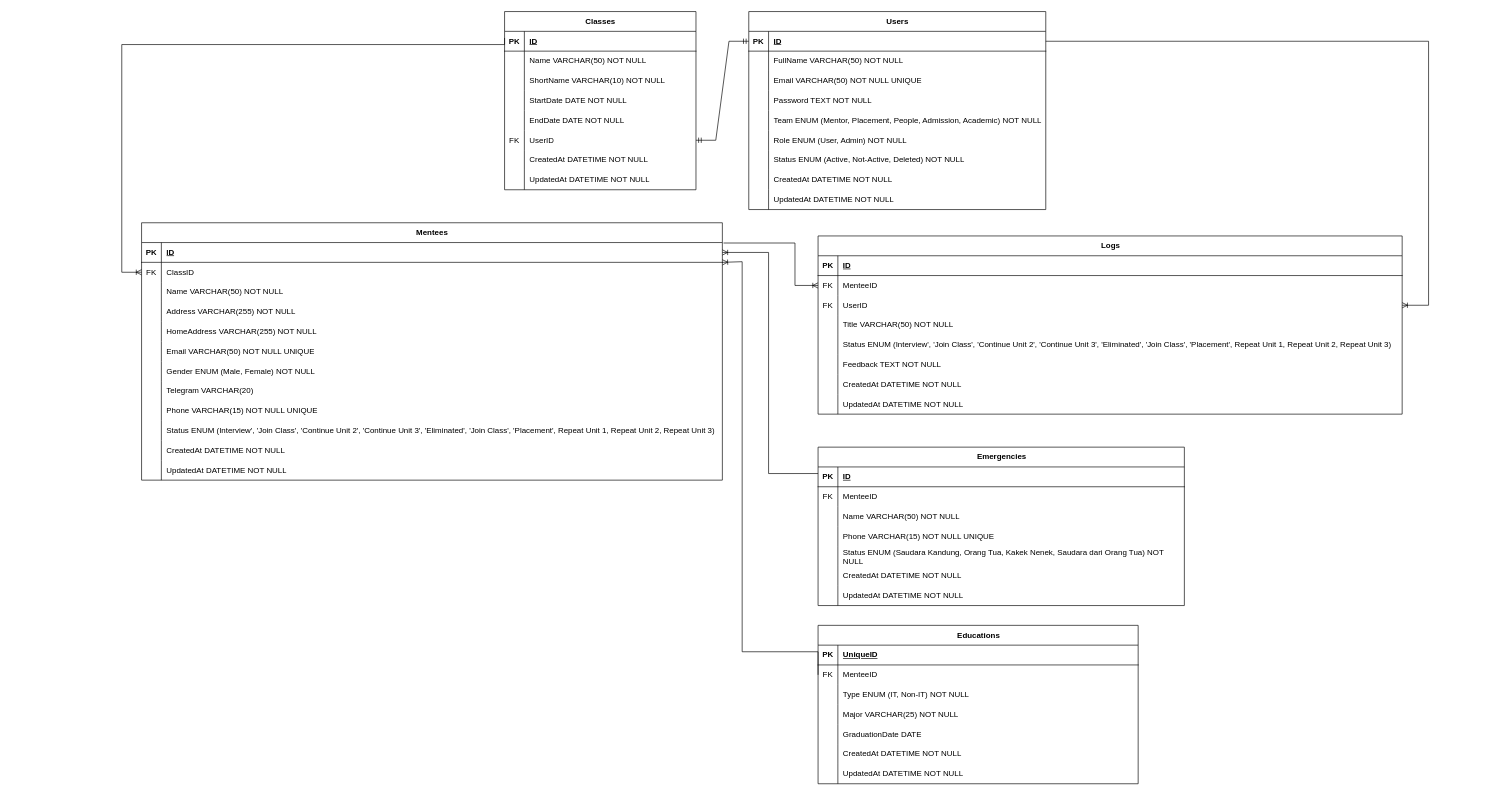
Earlier version of the draw.io diagram Immersive-dashboard-ERD.drawio.xml (Velocyes/ALTA-Dashboard-BE). Source tidied: cells renumbered, new cells numbered last; positions are measured from the earlier drawing's top-left corner, leaving out a move shared by most shapes. Both pictures are drawn from the tidied source at 66%, with x=0, y=0 at pixel (121, 11).
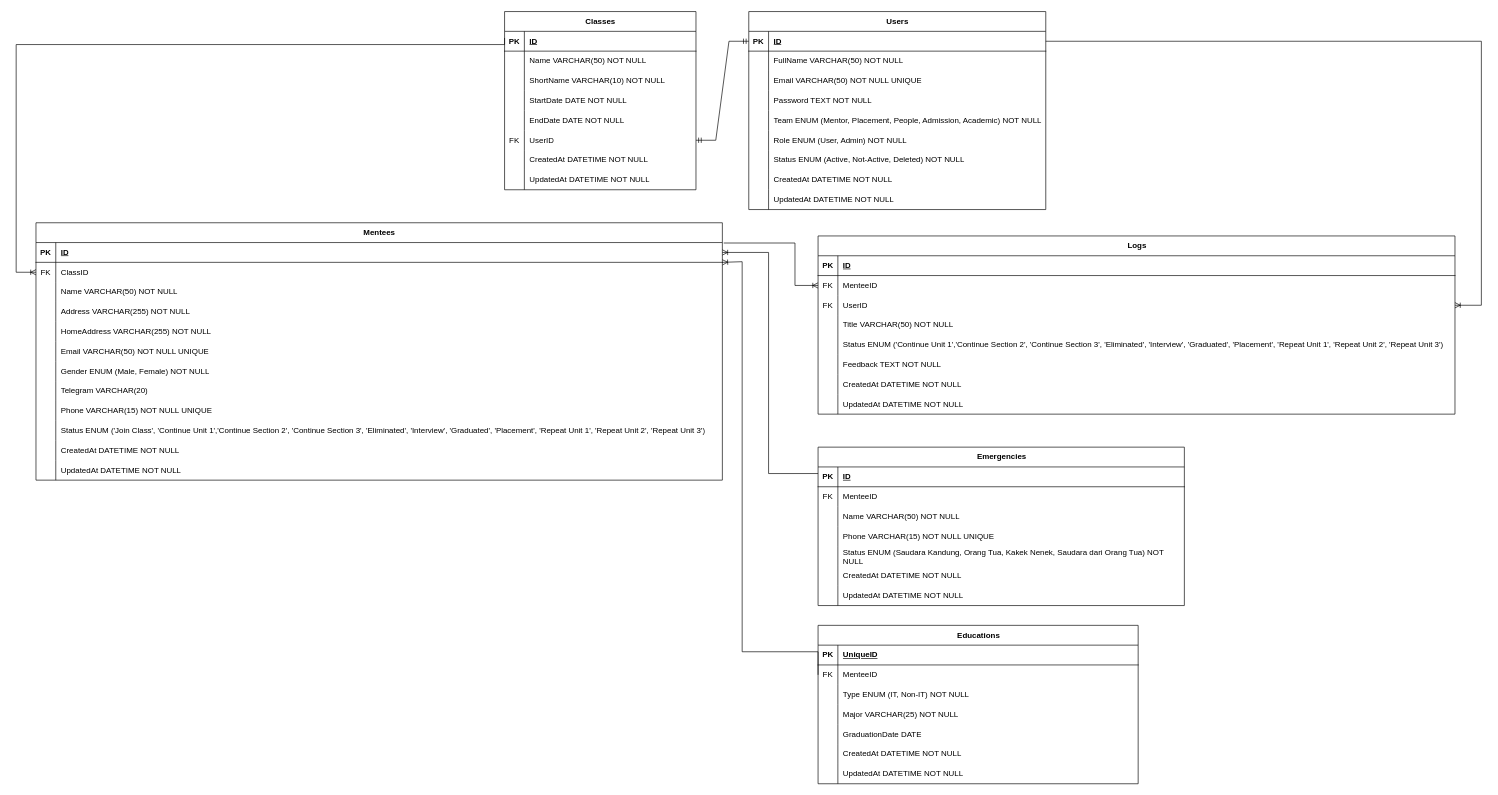
After the change.

Commit message (it also covers changes not shown here):
Update ERD (Enum models)

Unchanged cells that the change refers to:
```xml
<mxCell id="3" style="shape=tableRow;horizontal=0;startSize=0;swimlaneHead=0;swimlaneBody=0;fillColor=none;points=[[0,0.5],[1,0.5]];portConstraint=eastwest;top=0;left=0;right=0;bottom=1;" parent="2" vertex="1">
  <mxGeometry y="30" width="450" height="30" as="geometry" />
</mxCell>
```

What changed in the source:
```diff
@@
     <mxCell id="56" value="Mentees" style="shape=table;startSize=30;childLayout=tableLayout;rowLines=0;fontStyle=1;align=center;html=1;" parent="1" vertex="1">
-      <mxGeometry x="30" y="320" width="880" height="390" as="geometry" />
+      <mxGeometry x="-130" y="320" width="1040" height="390" as="geometry" />
     </mxCell>
     <mxCell id="57" style="shape=tableRow;horizontal=0;startSize=0;swimlaneHead=0;swimlaneBody=0;fillColor=none;points=[[0,0.5],[1,0.5]];portConstraint=eastwest;top=0;left=0;right=0;bottom=1;" parent="56" vertex="1">
-      <mxGeometry y="30" width="880" height="30" as="geometry" />
+      <mxGeometry y="30" width="1040" height="30" as="geometry" />
     </mxCell>
@@
     <mxCell id="59" value="ID" style="shape=partialRectangle;fillColor=none;top=0;left=0;bottom=0;right=0;align=left;spacingLeft=6;fontStyle=5;overflow=hidden;whiteSpace=wrap;html=1;" parent="57" vertex="1">
-      <mxGeometry x="30" width="850" height="30" as="geometry" />
+      <mxGeometry x="30" width="1010" height="30" as="geometry" />
     </mxCell>
     <mxCell id="60" style="shape=tableRow;horizontal=0;startSize=0;swimlaneHead=0;swimlaneBody=0;fillColor=none;points=[[0,0.5],[1,0.5]];portConstraint=eastwest;top=0;left=0;right=0;bottom=0;" parent="56" vertex="1">
-      <mxGeometry y="60" width="880" height="30" as="geometry" />
+      <mxGeometry y="60" width="1040" height="30" as="geometry" />
     </mxCell>
@@
     <mxCell id="62" value="ClassID&amp;nbsp;" style="shape=partialRectangle;fillColor=none;top=0;left=0;bottom=0;right=0;align=left;spacingLeft=6;overflow=hidden;whiteSpace=wrap;html=1;" parent="60" vertex="1">
-      <mxGeometry x="30" width="850" height="30" as="geometry" />
+      <mxGeometry x="30" width="1010" height="30" as="geometry" />
     </mxCell>
     <mxCell id="63" style="shape=tableRow;horizontal=0;startSize=0;swimlaneHead=0;swimlaneBody=0;fillColor=none;top=0;left=0;right=0;bottom=0;" parent="56" vertex="1">
-      <mxGeometry y="90" width="880" height="30" as="geometry" />
+      <mxGeometry y="90" width="1040" height="30" as="geometry" />
     </mxCell>
@@
     <mxCell id="65" value="Name&amp;nbsp;VARCHAR(50) NOT NULL" style="shape=partialRectangle;fillColor=none;top=0;left=0;bottom=0;right=0;align=left;spacingLeft=6;overflow=hidden;whiteSpace=wrap;html=1;" parent="63" vertex="1">
-      <mxGeometry x="30" width="850" height="30" as="geometry" />
+      <mxGeometry x="30" width="1010" height="30" as="geometry" />
     </mxCell>
     <mxCell id="66" style="shape=tableRow;horizontal=0;startSize=0;swimlaneHead=0;swimlaneBody=0;fillColor=none;top=0;left=0;right=0;bottom=0;" parent="56" vertex="1">
-      <mxGeometry y="120" width="880" height="30" as="geometry" />
+      <mxGeometry y="120" width="1040" height="30" as="geometry" />
     </mxCell>
@@
     <mxCell id="68" value="Address VARCHAR(255) NOT NULL" style="shape=partialRectangle;fillColor=none;top=0;left=0;bottom=0;right=0;align=left;spacingLeft=6;overflow=hidden;whiteSpace=wrap;html=1;" parent="66" vertex="1">
-      <mxGeometry x="30" width="850" height="30" as="geometry" />
+      <mxGeometry x="30" width="1010" height="30" as="geometry" />
     </mxCell>
     <mxCell id="69" style="shape=tableRow;horizontal=0;startSize=0;swimlaneHead=0;swimlaneBody=0;fillColor=none;top=0;left=0;right=0;bottom=0;" parent="56" vertex="1">
-      <mxGeometry y="150" width="880" height="30" as="geometry" />
+      <mxGeometry y="150" width="1040" height="30" as="geometry" />
     </mxCell>
@@
     <mxCell id="71" value="HomeAddress VARCHAR(255) NOT NULL" style="shape=partialRectangle;fillColor=none;top=0;left=0;bottom=0;right=0;align=left;spacingLeft=6;overflow=hidden;whiteSpace=wrap;html=1;" parent="69" vertex="1">
-      <mxGeometry x="30" width="850" height="30" as="geometry" />
+      <mxGeometry x="30" width="1010" height="30" as="geometry" />
     </mxCell>
     <mxCell id="72" style="shape=tableRow;horizontal=0;startSize=0;swimlaneHead=0;swimlaneBody=0;fillColor=none;top=0;left=0;right=0;bottom=0;" parent="56" vertex="1">
-      <mxGeometry y="180" width="880" height="30" as="geometry" />
+      <mxGeometry y="180" width="1040" height="30" as="geometry" />
     </mxCell>
@@
     <mxCell id="74" value="Email VARCHAR(50) NOT NULL UNIQUE" style="shape=partialRectangle;fillColor=none;top=0;left=0;bottom=0;right=0;align=left;spacingLeft=6;overflow=hidden;whiteSpace=wrap;html=1;" parent="72" vertex="1">
-      <mxGeometry x="30" width="850" height="30" as="geometry" />
+      <mxGeometry x="30" width="1010" height="30" as="geometry" />
     </mxCell>
     <mxCell id="75" style="shape=tableRow;horizontal=0;startSize=0;swimlaneHead=0;swimlaneBody=0;fillColor=none;top=0;left=0;right=0;bottom=0;" parent="56" vertex="1">
-      <mxGeometry y="210" width="880" height="30" as="geometry" />
+      <mxGeometry y="210" width="1040" height="30" as="geometry" />
     </mxCell>
@@
     <mxCell id="77" value="Gender ENUM (Male, Female) NOT NULL" style="shape=partialRectangle;fillColor=none;top=0;left=0;bottom=0;right=0;align=left;spacingLeft=6;overflow=hidden;whiteSpace=wrap;html=1;" parent="75" vertex="1">
-      <mxGeometry x="30" width="850" height="30" as="geometry" />
+      <mxGeometry x="30" width="1010" height="30" as="geometry" />
     </mxCell>
     <mxCell id="78" style="shape=tableRow;horizontal=0;startSize=0;swimlaneHead=0;swimlaneBody=0;fillColor=none;top=0;left=0;right=0;bottom=0;" parent="56" vertex="1">
-      <mxGeometry y="240" width="880" height="30" as="geometry" />
+      <mxGeometry y="240" width="1040" height="30" as="geometry" />
     </mxCell>
@@
     <mxCell id="80" value="Telegram VARCHAR(20)" style="shape=partialRectangle;fillColor=none;top=0;left=0;bottom=0;right=0;align=left;spacingLeft=6;overflow=hidden;whiteSpace=wrap;html=1;" parent="78" vertex="1">
-      <mxGeometry x="30" width="850" height="30" as="geometry" />
+      <mxGeometry x="30" width="1010" height="30" as="geometry" />
     </mxCell>
     <mxCell id="81" style="shape=tableRow;horizontal=0;startSize=0;swimlaneHead=0;swimlaneBody=0;fillColor=none;top=0;left=0;right=0;bottom=0;" parent="56" vertex="1">
-      <mxGeometry y="270" width="880" height="30" as="geometry" />
+      <mxGeometry y="270" width="1040" height="30" as="geometry" />
     </mxCell>
@@
     <mxCell id="83" value="Phone VARCHAR(15) NOT NULL UNIQUE" style="shape=partialRectangle;fillColor=none;top=0;left=0;bottom=0;right=0;align=left;spacingLeft=6;overflow=hidden;whiteSpace=wrap;html=1;" parent="81" vertex="1">
-      <mxGeometry x="30" width="850" height="30" as="geometry" />
+      <mxGeometry x="30" width="1010" height="30" as="geometry" />
     </mxCell>
     <mxCell id="84" style="shape=tableRow;horizontal=0;startSize=0;swimlaneHead=0;swimlaneBody=0;fillColor=none;top=0;left=0;right=0;bottom=0;" parent="56" vertex="1">
-      <mxGeometry y="300" width="880" height="30" as="geometry" />
+      <mxGeometry y="300" width="1040" height="30" as="geometry" />
     </mxCell>
@@
-    <mxCell id="86" value="&lt;div&gt;Status ENUM (Interview', 'Join Class', 'Continue Unit 2', 'Continue Unit 3', 'Eliminated', 'Join Class', 'Placement', Repeat Unit 1, Repeat Unit 2, Repeat Unit 3)&lt;/div&gt;" style="shape=partialRectangle;fillColor=none;top=0;left=0;bottom=0;right=0;align=left;spacingLeft=6;overflow=hidden;whiteSpace=wrap;html=1;" parent="84" vertex="1">
-      <mxGeometry x="30" width="850" height="30" as="geometry" />
+    <mxCell id="86" value="&lt;div&gt;Status ENUM ('Join Class', 'Continue Unit 1','Continue Section 2', 'Continue Section 3', 'Eliminated', 'Interview', 'Graduated', 'Placement', 'Repeat Unit 1', 'Repeat Unit 2', 'Repeat Unit 3')&lt;/div&gt;" style="shape=partialRectangle;fillColor=none;top=0;left=0;bottom=0;right=0;align=left;spacingLeft=6;overflow=hidden;whiteSpace=wrap;html=1;" parent="84" vertex="1">
+      <mxGeometry x="30" width="1010" height="30" as="geometry" />
     </mxCell>
     <mxCell id="87" style="shape=tableRow;horizontal=0;startSize=0;swimlaneHead=0;swimlaneBody=0;fillColor=none;top=0;left=0;right=0;bottom=0;" parent="56" vertex="1">
-      <mxGeometry y="330" width="880" height="30" as="geometry" />
+      <mxGeometry y="330" width="1040" height="30" as="geometry" />
     </mxCell>
@@
     <mxCell id="89" value="CreatedAt DATETIME NOT NULL" style="shape=partialRectangle;fillColor=none;top=0;left=0;bottom=0;right=0;align=left;spacingLeft=6;overflow=hidden;whiteSpace=wrap;html=1;" parent="87" vertex="1">
-      <mxGeometry x="30" width="850" height="30" as="geometry" />
+      <mxGeometry x="30" width="1010" height="30" as="geometry" />
     </mxCell>
     <mxCell id="90" style="shape=tableRow;horizontal=0;startSize=0;swimlaneHead=0;swimlaneBody=0;fillColor=none;top=0;left=0;right=0;bottom=0;" parent="56" vertex="1">
-      <mxGeometry y="360" width="880" height="30" as="geometry" />
+      <mxGeometry y="360" width="1040" height="30" as="geometry" />
     </mxCell>
@@
     <mxCell id="92" value="UpdatedAt DATETIME NOT NULL" style="shape=partialRectangle;fillColor=none;top=0;left=0;bottom=0;right=0;align=left;spacingLeft=6;overflow=hidden;whiteSpace=wrap;html=1;" parent="90" vertex="1">
-      <mxGeometry x="30" width="850" height="30" as="geometry" />
+      <mxGeometry x="30" width="1010" height="30" as="geometry" />
     </mxCell>
     <mxCell id="93" style="edgeStyle=orthogonalEdgeStyle;fontSize=12;html=1;endArrow=ERoneToMany;rounded=0;entryX=0;entryY=0.5;entryDx=0;entryDy=0;" parent="1" edge="1" target="60">
       <mxGeometry relative="1" as="geometry">
         <mxPoint x="580" y="40" as="sourcePoint" />
         <Array as="points">
           <mxPoint x="580" y="50" />
-          <mxPoint y="50" />
-          <mxPoint y="395" />
+          <mxPoint x="-160" y="50" />
+          <mxPoint x="-160" y="395" />
         </Array>
       </mxGeometry>
     </mxCell>
     <mxCell id="94" value="Logs" style="shape=table;startSize=30;childLayout=tableLayout;rowLines=0;fontStyle=1;align=center;html=1;" parent="1" vertex="1">
-      <mxGeometry x="1055" y="340" width="885" height="270" as="geometry" />
+      <mxGeometry x="1055" y="340" width="965" height="270" as="geometry" />
     </mxCell>
     <mxCell id="95" style="shape=tableRow;horizontal=0;startSize=0;swimlaneHead=0;swimlaneBody=0;fillColor=none;top=0;left=0;right=0;bottom=1;" parent="94" vertex="1">
-      <mxGeometry y="30" width="885" height="30" as="geometry" />
+      <mxGeometry y="30" width="965" height="30" as="geometry" />
     </mxCell>
@@
     <mxCell id="97" value="ID" style="shape=partialRectangle;fillColor=none;top=0;left=0;bottom=0;right=0;align=left;spacingLeft=6;fontStyle=5;overflow=hidden;whiteSpace=wrap;html=1;" parent="95" vertex="1">
-      <mxGeometry x="30" width="855" height="30" as="geometry" />
+      <mxGeometry x="30" width="935" height="30" as="geometry" />
     </mxCell>
     <mxCell id="98" style="shape=tableRow;horizontal=0;startSize=0;swimlaneHead=0;swimlaneBody=0;fillColor=none;points=[[0,0.5],[1,0.5]];portConstraint=eastwest;top=0;left=0;right=0;bottom=0;" parent="94" vertex="1">
-      <mxGeometry y="60" width="885" height="30" as="geometry" />
+      <mxGeometry y="60" width="965" height="30" as="geometry" />
     </mxCell>
@@
     <mxCell id="100" value="MenteeID" style="shape=partialRectangle;fillColor=none;top=0;left=0;bottom=0;right=0;align=left;spacingLeft=6;overflow=hidden;whiteSpace=wrap;html=1;" parent="98" vertex="1">
-      <mxGeometry x="30" width="855" height="30" as="geometry" />
+      <mxGeometry x="30" width="935" height="30" as="geometry" />
     </mxCell>
     <mxCell id="101" style="shape=tableRow;horizontal=0;startSize=0;swimlaneHead=0;swimlaneBody=0;fillColor=none;points=[[0,0.5],[1,0.5]];portConstraint=eastwest;top=0;left=0;right=0;bottom=0;" parent="94" vertex="1">
-      <mxGeometry y="90" width="885" height="30" as="geometry" />
+      <mxGeometry y="90" width="965" height="30" as="geometry" />
     </mxCell>
@@
     <mxCell id="103" value="UserID" style="shape=partialRectangle;fillColor=none;top=0;left=0;bottom=0;right=0;align=left;spacingLeft=6;overflow=hidden;whiteSpace=wrap;html=1;" parent="101" vertex="1">
-      <mxGeometry x="30" width="855" height="30" as="geometry" />
+      <mxGeometry x="30" width="935" height="30" as="geometry" />
     </mxCell>
     <mxCell id="104" style="shape=tableRow;horizontal=0;startSize=0;swimlaneHead=0;swimlaneBody=0;fillColor=none;top=0;left=0;right=0;bottom=0;" parent="94" vertex="1">
-      <mxGeometry y="120" width="885" height="30" as="geometry" />
+      <mxGeometry y="120" width="965" height="30" as="geometry" />
     </mxCell>
@@
     <mxCell id="106" value="Title&amp;nbsp;VARCHAR(50) NOT NULL" style="shape=partialRectangle;fillColor=none;top=0;left=0;bottom=0;right=0;align=left;spacingLeft=6;overflow=hidden;whiteSpace=wrap;html=1;" parent="104" vertex="1">
-      <mxGeometry x="30" width="855" height="30" as="geometry" />
+      <mxGeometry x="30" width="935" height="30" as="geometry" />
     </mxCell>
     <mxCell id="107" style="shape=tableRow;horizontal=0;startSize=0;swimlaneHead=0;swimlaneBody=0;fillColor=none;top=0;left=0;right=0;bottom=0;" parent="94" vertex="1">
-      <mxGeometry y="150" width="885" height="30" as="geometry" />
+      <mxGeometry y="150" width="965" height="30" as="geometry" />
     </mxCell>
@@
-    <mxCell id="109" value="&lt;div&gt;Status ENUM (Interview', 'Join Class', 'Continue Unit 2', 'Continue Unit 3', 'Eliminated', 'Join Class', 'Placement', Repeat Unit 1, Repeat Unit 2, Repeat Unit 3)&lt;/div&gt;" style="shape=partialRectangle;fillColor=none;top=0;left=0;bottom=0;right=0;align=left;spacingLeft=6;overflow=hidden;whiteSpace=wrap;html=1;" parent="107" vertex="1">
-      <mxGeometry x="30" width="855" height="30" as="geometry" />
+    <mxCell id="109" value="&lt;div&gt;Status ENUM ('Continue Unit 1','Continue Section 2', 'Continue Section 3', 'Eliminated', 'Interview', 'Graduated', 'Placement', 'Repeat Unit 1', 'Repeat Unit 2', 'Repeat Unit 3')&lt;/div&gt;" style="shape=partialRectangle;fillColor=none;top=0;left=0;bottom=0;right=0;align=left;spacingLeft=6;overflow=hidden;whiteSpace=wrap;html=1;" parent="107" vertex="1">
+      <mxGeometry x="30" width="935" height="30" as="geometry" />
     </mxCell>
     <mxCell id="110" style="shape=tableRow;horizontal=0;startSize=0;swimlaneHead=0;swimlaneBody=0;fillColor=none;top=0;left=0;right=0;bottom=0;" parent="94" vertex="1">
-      <mxGeometry y="180" width="885" height="30" as="geometry" />
+      <mxGeometry y="180" width="965" height="30" as="geometry" />
     </mxCell>
@@
     <mxCell id="112" value="Feedback TEXT NOT NULL" style="shape=partialRectangle;fillColor=none;top=0;left=0;bottom=0;right=0;align=left;spacingLeft=6;overflow=hidden;whiteSpace=wrap;html=1;" parent="110" vertex="1">
-      <mxGeometry x="30" width="855" height="30" as="geometry" />
+      <mxGeometry x="30" width="935" height="30" as="geometry" />
     </mxCell>
     <mxCell id="113" style="shape=tableRow;horizontal=0;startSize=0;swimlaneHead=0;swimlaneBody=0;fillColor=none;top=0;left=0;right=0;bottom=0;" parent="94" vertex="1">
-      <mxGeometry y="210" width="885" height="30" as="geometry" />
+      <mxGeometry y="210" width="965" height="30" as="geometry" />
     </mxCell>
@@
     <mxCell id="115" value="CreatedAt DATETIME NOT NULL" style="shape=partialRectangle;fillColor=none;top=0;left=0;bottom=0;right=0;align=left;spacingLeft=6;overflow=hidden;whiteSpace=wrap;html=1;" parent="113" vertex="1">
-      <mxGeometry x="30" width="855" height="30" as="geometry" />
+      <mxGeometry x="30" width="935" height="30" as="geometry" />
     </mxCell>
     <mxCell id="116" style="shape=tableRow;horizontal=0;startSize=0;swimlaneHead=0;swimlaneBody=0;fillColor=none;top=0;left=0;right=0;bottom=0;" parent="94" vertex="1">
-      <mxGeometry y="240" width="885" height="30" as="geometry" />
+      <mxGeometry y="240" width="965" height="30" as="geometry" />
     </mxCell>
@@
     <mxCell id="118" value="UpdatedAt DATETIME NOT NULL" style="shape=partialRectangle;fillColor=none;top=0;left=0;bottom=0;right=0;align=left;spacingLeft=6;overflow=hidden;whiteSpace=wrap;html=1;" parent="116" vertex="1">
-      <mxGeometry x="30" width="855" height="30" as="geometry" />
+      <mxGeometry x="30" width="935" height="30" as="geometry" />
     </mxCell>
@@
     <mxCell id="166" style="edgeStyle=orthogonalEdgeStyle;fontSize=12;html=1;endArrow=ERoneToMany;rounded=0;exitX=1;exitY=0.5;exitDx=0;exitDy=0;entryX=1;entryY=0.5;entryDx=0;entryDy=0;" parent="1" edge="1" source="3" target="101">
       <mxGeometry relative="1" as="geometry">
         <Array as="points">
-          <mxPoint x="1980" y="45" />
-          <mxPoint x="1980" y="445" />
+          <mxPoint x="2060" y="45" />
+          <mxPoint x="2060" y="445" />
         </Array>
       </mxGeometry>
     </mxCell>
```
